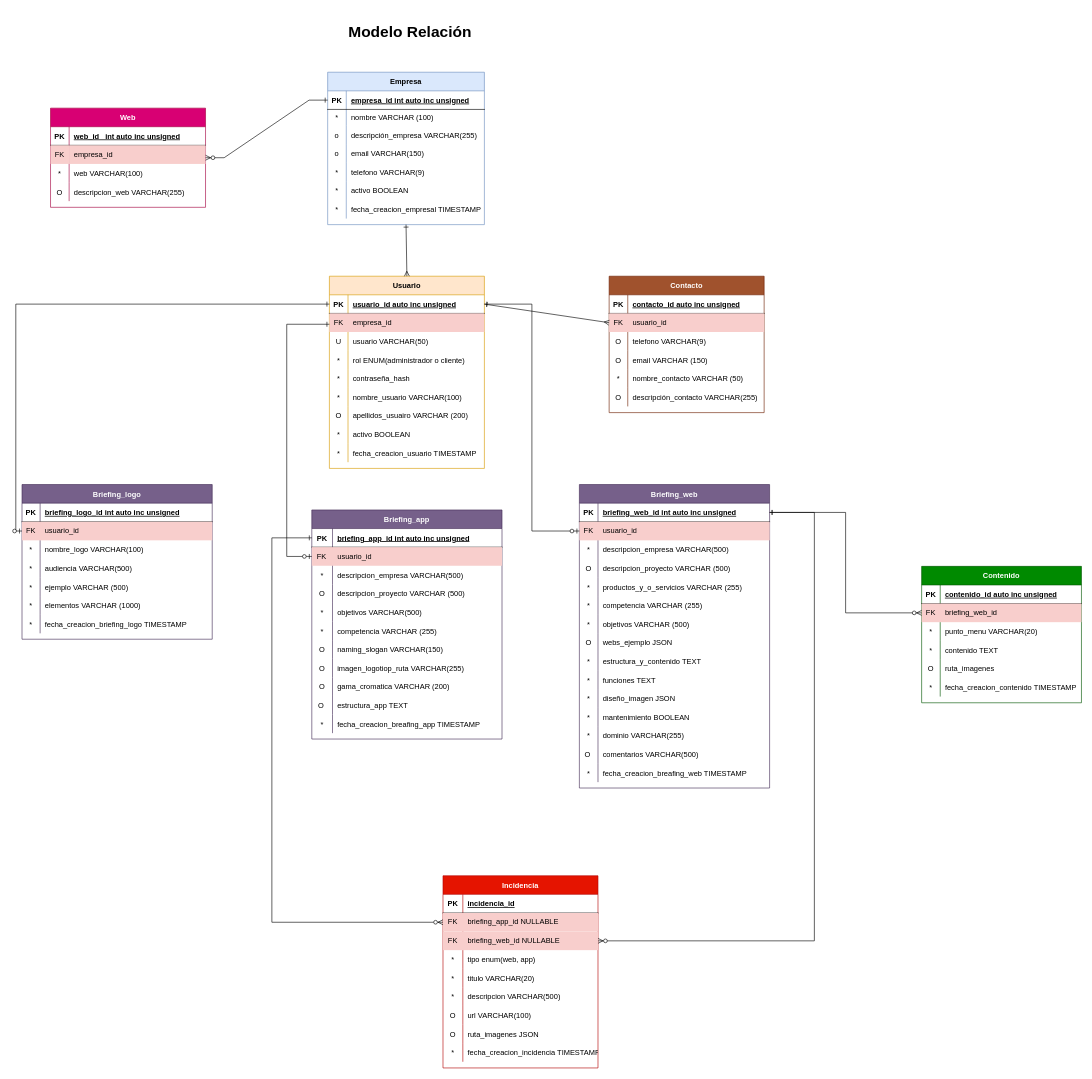
Earlier version of the draw.io diagram traduccion-relaciones.drawio (cnievaslozano/crm-myproject). Source tidied: cells renumbered, new cells numbered last; positions are measured from the earlier drawing's top-left corner, leaving out a move shared by most shapes. Both pictures are drawn from the tidied source at 62%, with x=0, y=0 at pixel (22, 21).
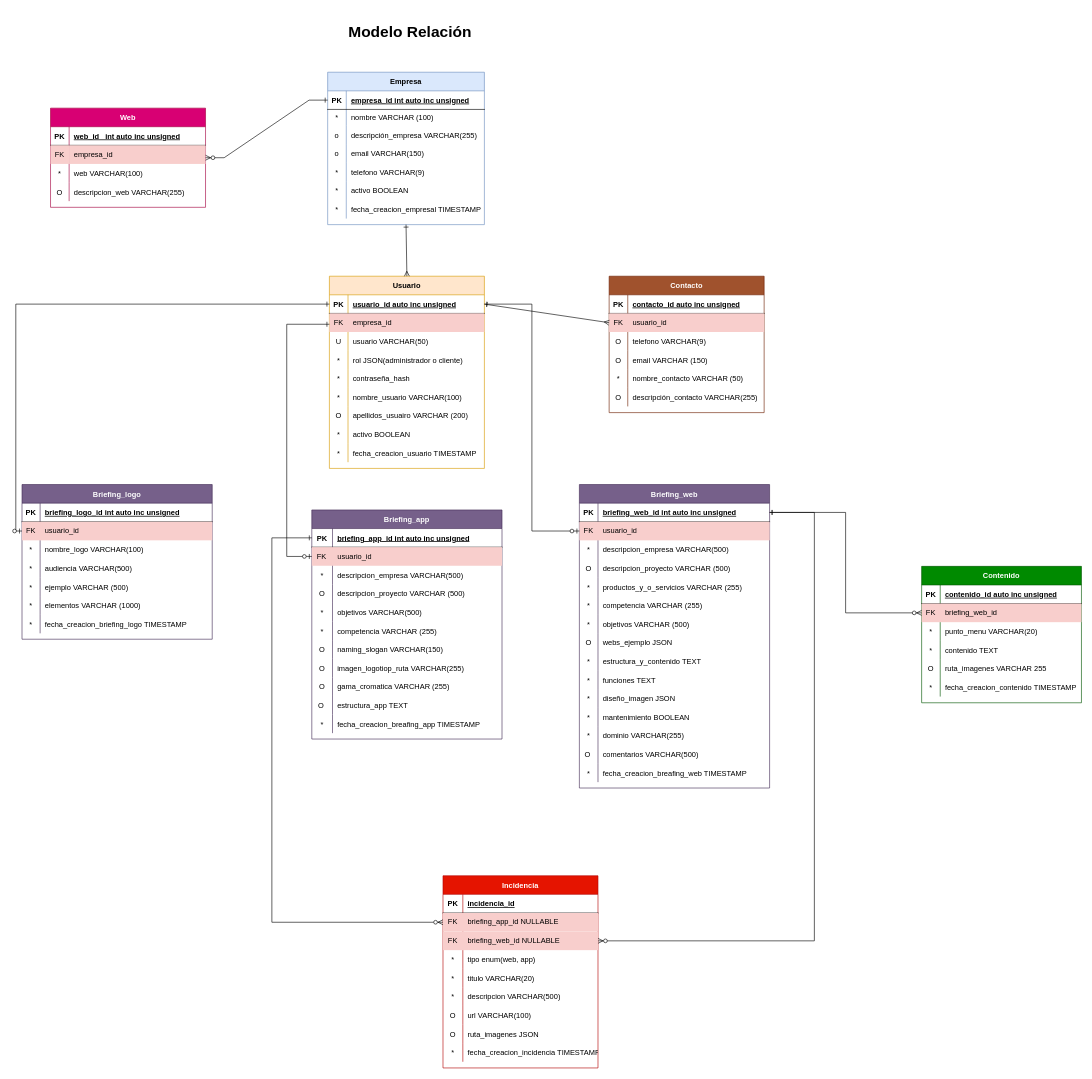
After the change.

The change refers to these unchanged cells:
```xml
<mxCell id="12" style="shape=tableRow;horizontal=0;startSize=0;swimlaneHead=0;swimlaneBody=0;fillColor=none;top=0;left=0;right=0;bottom=0;" parent="2" vertex="1">
  <mxGeometry y="120" width="250" height="30" as="geometry" />
</mxCell>
<mxCell id="131" style="shape=tableRow;horizontal=0;startSize=0;swimlaneHead=0;swimlaneBody=0;fillColor=none;top=0;left=0;right=0;bottom=0;" parent="118" vertex="1">
  <mxGeometry y="150" width="257.8" height="30" as="geometry" />
</mxCell>
<mxCell id="203" style="shape=tableRow;horizontal=0;startSize=0;swimlaneHead=0;swimlaneBody=0;fillColor=none;top=0;left=0;right=0;bottom=0;" parent="178" vertex="1">
  <mxGeometry y="270" width="306.8" height="30" as="geometry" />
</mxCell>
```

Change to the diagram source:
```diff
@@
-    <mxCell id="14" value="rol ENUM(administrador o cliente)" style="shape=partialRectangle;fillColor=none;top=0;left=0;bottom=0;right=0;align=left;spacingLeft=6;overflow=hidden;" parent="12" vertex="1">
+    <mxCell id="14" value="rol JSON(administrador o cliente)" style="shape=partialRectangle;fillColor=none;top=0;left=0;bottom=0;right=0;align=left;spacingLeft=6;overflow=hidden;" parent="12" vertex="1">
       <mxGeometry x="30" width="220" height="30" as="geometry" />
     </mxCell>
@@
-    <mxCell id="133" value="ruta_imagenes " style="shape=partialRectangle;fillColor=none;top=0;left=0;bottom=0;right=0;align=left;spacingLeft=6;overflow=hidden;" parent="131" vertex="1">
+    <mxCell id="133" value="ruta_imagenes VARCHAR 255" style="shape=partialRectangle;fillColor=none;top=0;left=0;bottom=0;right=0;align=left;spacingLeft=6;overflow=hidden;" parent="131" vertex="1">
       <mxGeometry x="30" width="227.8" height="30" as="geometry" />
     </mxCell>
@@
-    <mxCell id="205" value="gama_cromatica VARCHAR (200)" style="shape=partialRectangle;fillColor=none;top=0;left=0;bottom=0;right=0;align=left;spacingLeft=6;overflow=hidden;" parent="203" vertex="1">
+    <mxCell id="205" value="gama_cromatica VARCHAR (255)" style="shape=partialRectangle;fillColor=none;top=0;left=0;bottom=0;right=0;align=left;spacingLeft=6;overflow=hidden;" parent="203" vertex="1">
       <mxGeometry x="33.4" width="273.4" height="30" as="geometry" />
     </mxCell>
```
